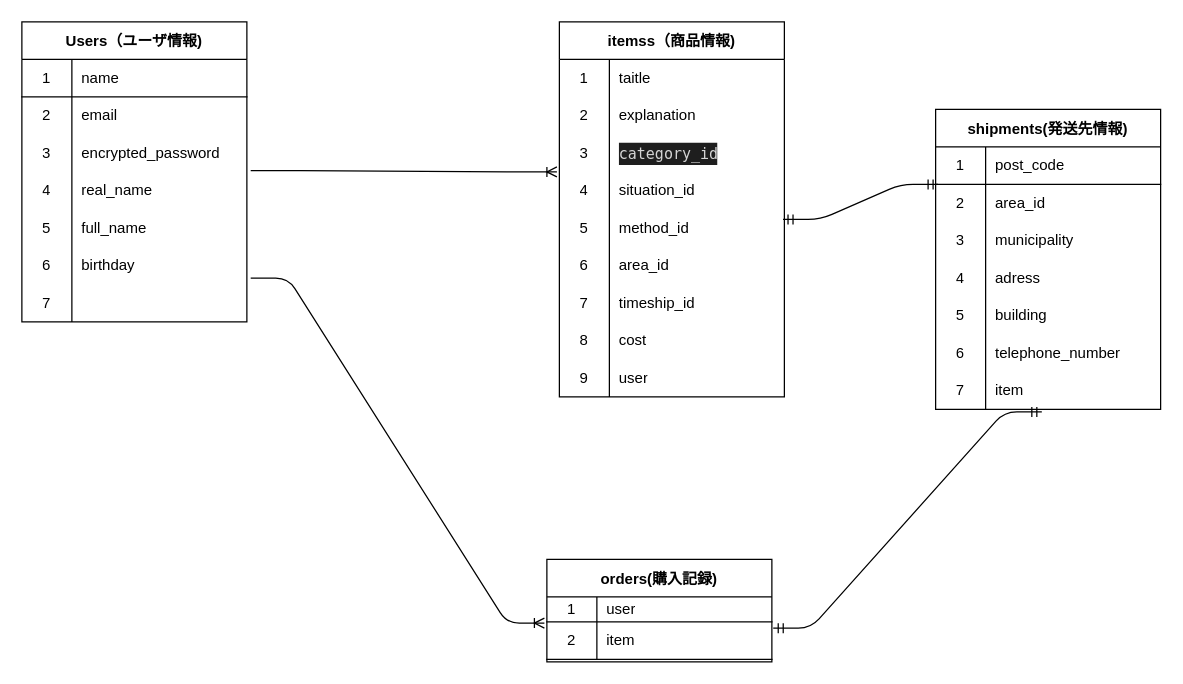
Semomo0717/furima-36947 keeps this draw.io diagram as ER.dio. Above is the earlier version. Source tidied: cells renumbered, new cells numbered last; positions are measured from the earlier drawing's top-left corner, leaving out a move shared by most shapes. Both pictures are drawn from the tidied source at 125%, with x=0, y=0 at pixel (21, 21).
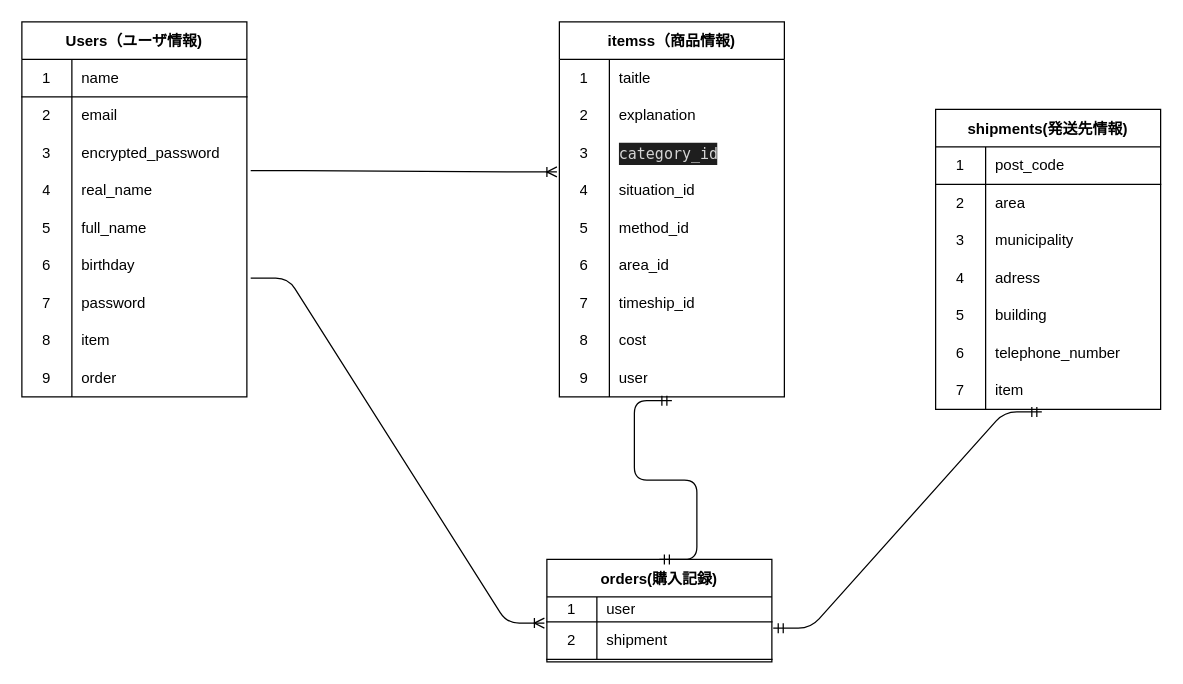
The same page after the edit.

Unchanged cells that the change refers to:
```xml
<mxCell id="21" style="shape=partialRectangle;html=1;whiteSpace=wrap;fillColor=none;top=0;left=0;bottom=0;right=0;" parent="2" vertex="1">
  <mxGeometry y="210" width="180" height="30" as="geometry" />
</mxCell>
<mxCell id="24" value="orders(購入記録)" style="shape=table;startSize=30;childLayout=tableLayout;rowLines=0;fontStyle=1;align=center;" parent="1" vertex="1">
  <mxGeometry x="420" y="430" width="180" height="82" as="geometry" />
</mxCell>
<mxCell id="28" style="shape=partialRectangle;html=1;whiteSpace=wrap;fillColor=none;top=0;left=0;bottom=1;right=0;points=[[0,0.5],[1,0.5]];portConstraint=eastwest;" parent="24" vertex="1">
  <mxGeometry y="50" width="180" height="30" as="geometry" />
</mxCell>
<mxCell id="44" style="shape=partialRectangle;html=1;whiteSpace=wrap;fillColor=none;top=0;left=0;bottom=0;right=0;points=[[0,0.5],[1,0.5]];portConstraint=eastwest;" parent="31" vertex="1">
  <mxGeometry y="150" width="180" height="30" as="geometry" />
</mxCell>
<mxCell id="56" style="shape=partialRectangle;html=1;whiteSpace=wrap;fillColor=none;top=0;left=0;bottom=0;right=0;points=[[0,0.5],[1,0.5]];portConstraint=eastwest;" parent="31" vertex="1">
  <mxGeometry y="270" width="180" height="30" as="geometry" />
</mxCell>
<mxCell id="66" style="shape=partialRectangle;html=1;whiteSpace=wrap;fillColor=none;top=0;left=0;bottom=0;right=0;points=[[0,0.5],[1,0.5]];portConstraint=eastwest;" parent="62" vertex="1">
  <mxGeometry y="60" width="180" height="30" as="geometry" />
</mxCell>
```

What changed in the source:
```diff
@@
     <mxCell id="2" value="Users（ユーザ情報)" style="shape=table;startSize=30;childLayout=tableLayout;rowLines=0;fontStyle=1;align=center;" parent="1" vertex="1">
-      <mxGeometry width="180" height="240" as="geometry" />
+      <mxGeometry width="180" height="300" as="geometry" />
     </mxCell>
@@
-    <mxCell id="23" style="shape=partialRectangle;html=1;whiteSpace=wrap;fillColor=none;top=0;left=0;bottom=0;right=0;align=left;spacingLeft=6;overflow=hidden;" parent="21" vertex="1">
+    <mxCell id="23" value="password" style="shape=partialRectangle;html=1;whiteSpace=wrap;fillColor=none;top=0;left=0;bottom=0;right=0;align=left;spacingLeft=6;overflow=hidden;" parent="21" vertex="1">
       <mxGeometry x="40" width="140" height="30" as="geometry" />
     </mxCell>
+    <mxCell id="85" style="shape=partialRectangle;html=1;whiteSpace=wrap;fillColor=none;top=0;left=0;bottom=0;right=0;" parent="2" vertex="1">
+      <mxGeometry y="240" width="180" height="30" as="geometry" />
+    </mxCell>
+    <mxCell id="86" value="8" style="shape=partialRectangle;html=1;whiteSpace=wrap;fillColor=none;top=0;left=0;bottom=0;right=0;overflow=hidden;" parent="85" vertex="1">
+      <mxGeometry width="40" height="30" as="geometry" />
+    </mxCell>
+    <mxCell id="87" value="item" style="shape=partialRectangle;html=1;whiteSpace=wrap;fillColor=none;top=0;left=0;bottom=0;right=0;align=left;spacingLeft=6;overflow=hidden;" parent="85" vertex="1">
+      <mxGeometry x="40" width="140" height="30" as="geometry" />
+    </mxCell>
+    <mxCell id="88" style="shape=partialRectangle;html=1;whiteSpace=wrap;fillColor=none;top=0;left=0;bottom=0;right=0;" parent="2" vertex="1">
+      <mxGeometry y="270" width="180" height="30" as="geometry" />
+    </mxCell>
+    <mxCell id="89" value="9" style="shape=partialRectangle;html=1;whiteSpace=wrap;fillColor=none;top=0;left=0;bottom=0;right=0;overflow=hidden;" parent="88" vertex="1">
+      <mxGeometry width="40" height="30" as="geometry" />
+    </mxCell>
+    <mxCell id="90" value="order" style="shape=partialRectangle;html=1;whiteSpace=wrap;fillColor=none;top=0;left=0;bottom=0;right=0;align=left;spacingLeft=6;overflow=hidden;" parent="88" vertex="1">
+      <mxGeometry x="40" width="140" height="30" as="geometry" />
+    </mxCell>
@@
-    <mxCell id="30" value="item" style="shape=partialRectangle;html=1;whiteSpace=wrap;fillColor=none;top=0;left=0;bottom=0;right=0;align=left;spacingLeft=6;overflow=hidden;" parent="28" vertex="1">
+    <mxCell id="30" value="shipment" style="shape=partialRectangle;html=1;whiteSpace=wrap;fillColor=none;top=0;left=0;bottom=0;right=0;align=left;spacingLeft=6;overflow=hidden;" parent="28" vertex="1">
       <mxGeometry x="40" width="140" height="30" as="geometry" />
     </mxCell>
@@
-    <mxCell id="61" style="edgeStyle=entityRelationEdgeStyle;fontSize=12;html=1;endArrow=ERmandOne;startArrow=ERmandOne;exitX=0.994;exitY=0.267;exitDx=0;exitDy=0;exitPerimeter=0;entryX=0.011;entryY=0;entryDx=0;entryDy=0;entryPerimeter=0;" parent="1" edge="1" source="44" target="66">
-      <mxGeometry relative="1" as="geometry" />
-    </mxCell>
@@
-    <mxCell id="68" value="area_id" style="shape=partialRectangle;html=1;whiteSpace=wrap;fillColor=none;top=0;left=0;bottom=0;right=0;align=left;spacingLeft=6;overflow=hidden;" parent="66" vertex="1">
+    <mxCell id="68" value="area" style="shape=partialRectangle;html=1;whiteSpace=wrap;fillColor=none;top=0;left=0;bottom=0;right=0;align=left;spacingLeft=6;overflow=hidden;" parent="66" vertex="1">
       <mxGeometry x="40" width="140" height="30" as="geometry" />
     </mxCell>
@@
+    <mxCell id="91" style="edgeStyle=entityRelationEdgeStyle;fontSize=12;html=1;endArrow=ERmandOne;startArrow=ERmandOne;exitX=0.5;exitY=1.1;exitDx=0;exitDy=0;entryX=0.5;entryY=0;entryDx=0;entryDy=0;exitPerimeter=0;" parent="1" edge="1" source="56" target="24">
+      <mxGeometry relative="1" as="geometry" />
+    </mxCell>
```
